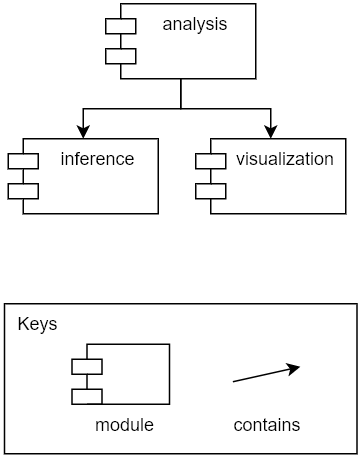
The draw.io diagram wiki/images/phylodb-decomposition-analysis.png in phyloviz/phyloDB, before a commit. Source tidied: cells renumbered, new cells last; positions are measured from the earlier drawing's top-left corner, leaving out a move shared by most shapes. Its diagram source:
```xml
<mxGraphModel>
  <root>
    <mxCell id="0" />
    <mxCell id="1" parent="0" />
    <mxCell id="2" value="inference" style="shape=module;align=left;spacingLeft=20;align=center;verticalAlign=top;" parent="1" vertex="1">
      <mxGeometry x="3" y="90" width="100" height="50" as="geometry" />
    </mxCell>
    <mxCell id="3" value="visualization" style="shape=module;align=left;spacingLeft=20;align=center;verticalAlign=top;" parent="1" vertex="1">
      <mxGeometry x="128" y="90" width="100" height="50" as="geometry" />
    </mxCell>
    <mxCell id="4" style="edgeStyle=orthogonalEdgeStyle;rounded=0;jettySize=auto;html=1;exitX=0.5;exitY=1;exitDx=0;exitDy=0;entryX=0.5;entryY=0;entryDx=0;entryDy=0;" parent="1" edge="1" source="6" target="2">
      <mxGeometry relative="1" as="geometry" />
    </mxCell>
    <mxCell id="5" style="edgeStyle=orthogonalEdgeStyle;rounded=0;jettySize=auto;html=1;exitX=0.5;exitY=1;exitDx=0;exitDy=0;entryX=0.5;entryY=0;entryDx=0;entryDy=0;" parent="1" edge="1" source="6" target="3">
      <mxGeometry relative="1" as="geometry" />
    </mxCell>
    <mxCell id="6" value="analysis" style="shape=module;align=left;spacingLeft=20;align=center;verticalAlign=top;" parent="1" vertex="1">
      <mxGeometry x="68" width="100" height="50" as="geometry" />
    </mxCell>
    <mxCell id="7" style="group;" parent="1" vertex="1">
      <mxGeometry x="0.5" y="200" width="235" height="100" as="geometry" />
    </mxCell>
    <mxCell id="8" value="&amp;nbsp; Keys" style="rounded=0;whiteSpace=wrap;html=1;align=left;verticalAlign=top;" parent="7" vertex="1">
      <mxGeometry width="235" height="100" as="geometry" />
    </mxCell>
    <mxCell id="9" style="endArrow=classic;html=1;exitX=1;exitY=0.5;exitDx=0;exitDy=0;startArrow=none;startFill=0;endFill=1;" parent="7" edge="1">
      <mxGeometry relative="1" as="geometry">
        <mxPoint x="152.2" y="52" as="sourcePoint" />
        <mxPoint x="197.2" y="42" as="targetPoint" />
      </mxGeometry>
    </mxCell>
    <mxCell id="10" value="contains" style="text;html=1;strokeColor=none;fillColor=none;align=center;verticalAlign=middle;whiteSpace=wrap;rounded=0;" parent="7" vertex="1">
      <mxGeometry x="145" y="70" width="59.5" height="20" as="geometry" />
    </mxCell>
    <mxCell id="11" style="shape=module;align=left;spacingLeft=20;align=center;verticalAlign=top;" parent="7" vertex="1">
      <mxGeometry x="45" y="27" width="65" height="40" as="geometry" />
    </mxCell>
    <mxCell id="12" value="module" style="text;html=1;strokeColor=none;fillColor=none;align=center;verticalAlign=middle;whiteSpace=wrap;rounded=0;" parent="7" vertex="1">
      <mxGeometry x="50.5" y="70" width="59.5" height="20" as="geometry" />
    </mxCell>
  </root>
</mxGraphModel>
```
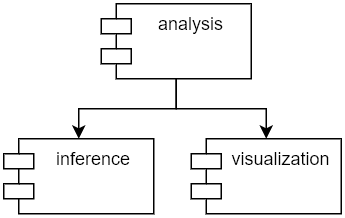
Later version of the same file.

The edit, as a diff of the source:
```diff
@@ -17,26 +17,5 @@
     <mxCell id="6" value="analysis" style="shape=module;align=left;spacingLeft=20;align=center;verticalAlign=top;" parent="1" vertex="1">
       <mxGeometry x="68" width="100" height="50" as="geometry" />
     </mxCell>
-    <mxCell id="7" style="group;" parent="1" vertex="1">
-      <mxGeometry x="0.5" y="200" width="235" height="100" as="geometry" />
-    </mxCell>
-    <mxCell id="8" value="&amp;nbsp; Keys" style="rounded=0;whiteSpace=wrap;html=1;align=left;verticalAlign=top;" parent="7" vertex="1">
-      <mxGeometry width="235" height="100" as="geometry" />
-    </mxCell>
-    <mxCell id="9" style="endArrow=classic;html=1;exitX=1;exitY=0.5;exitDx=0;exitDy=0;startArrow=none;startFill=0;endFill=1;" parent="7" edge="1">
-      <mxGeometry relative="1" as="geometry">
-        <mxPoint x="152.2" y="52" as="sourcePoint" />
-        <mxPoint x="197.2" y="42" as="targetPoint" />
-      </mxGeometry>
-    </mxCell>
-    <mxCell id="10" value="contains" style="text;html=1;strokeColor=none;fillColor=none;align=center;verticalAlign=middle;whiteSpace=wrap;rounded=0;" parent="7" vertex="1">
-      <mxGeometry x="145" y="70" width="59.5" height="20" as="geometry" />
-    </mxCell>
-    <mxCell id="11" style="shape=module;align=left;spacingLeft=20;align=center;verticalAlign=top;" parent="7" vertex="1">
-      <mxGeometry x="45" y="27" width="65" height="40" as="geometry" />
-    </mxCell>
-    <mxCell id="12" value="module" style="text;html=1;strokeColor=none;fillColor=none;align=center;verticalAlign=middle;whiteSpace=wrap;rounded=0;" parent="7" vertex="1">
-      <mxGeometry x="50.5" y="70" width="59.5" height="20" as="geometry" />
-    </mxCell>
   </root>
 </mxGraphModel>
```
